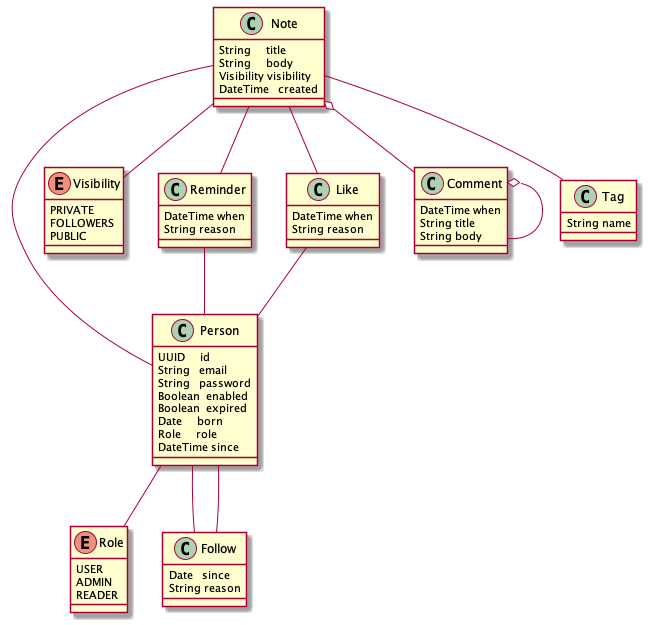
jvorhauer/noviaal keeps this PlantUML diagram as documentatie/FO/class-diagram.png. Above is the earlier version.
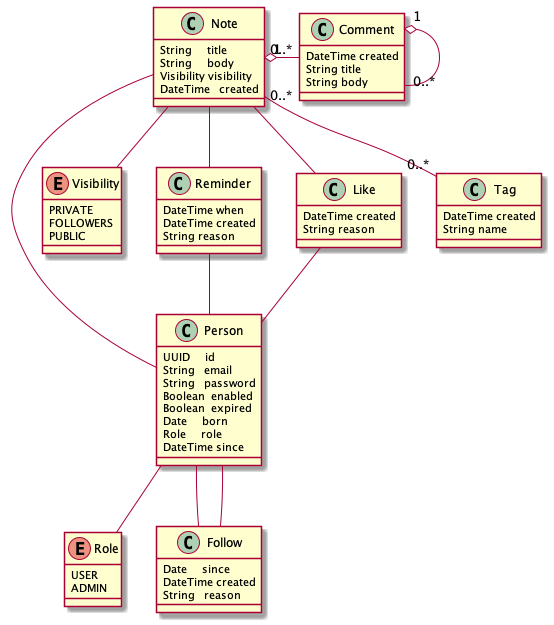
After the commit.

What changed in the source:
```diff
@@ -16,7 +16,6 @@
 enum Role {
   USER
   ADMIN
-  READER
 }
 
 Person -- Role
@@ -41,6 +40,7 @@
 
 class Reminder {
   DateTime when
+  DateTime created
   String reason
 }
 
@@ -48,7 +48,7 @@
 Like -- Person
 
 class Like {
-  DateTime when
+  DateTime created
   String reason
 }
 
@@ -56,22 +56,24 @@
 Follow -- Person
 
 class Follow {
-  Date   since
-  String reason
+  Date     since
+  DateTime created
+  String   reason
 }
 
-Note o-- Comment
-Comment o-- Comment
+Note "1" o- "0..*" Comment
+Comment "1" o-- "0..*" Comment
 
 class Comment {
-  DateTime when
+  DateTime created
   String title
   String body
 }
 
-Note -- Tag
+Note "0..*" -- "0..*" Tag
 
 class Tag {
+  DateTime created
   String name
 }
 
```
